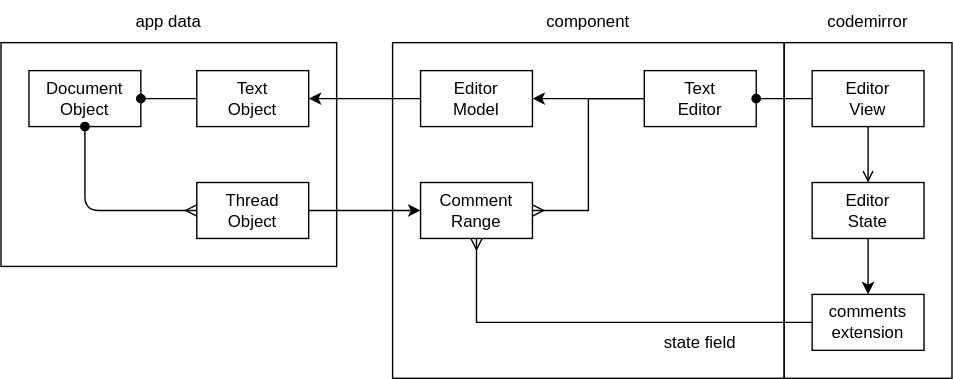
The draw.io diagram packages/ui/react-ui-editor/docs/comments.drawio.svg in dxos/dxos, before a commit. Source tidied: cells renumbered, new cells last; positions are measured from the earlier drawing's top-left corner, leaving out a move shared by most shapes. Its diagram source:
```xml
<mxGraphModel>
  <root>
    <mxCell id="0" />
    <mxCell id="1" parent="0" />
    <mxCell id="2" style="rounded=0;whiteSpace=wrap;html=1;fillColor=none;" parent="1" vertex="1">
      <mxGeometry x="280" y="30" width="280" height="240" as="geometry" />
    </mxCell>
    <mxCell id="3" style="rounded=0;whiteSpace=wrap;html=1;fillColor=none;" parent="1" vertex="1">
      <mxGeometry x="560" y="30" width="120" height="240" as="geometry" />
    </mxCell>
    <mxCell id="4" style="rounded=0;whiteSpace=wrap;html=1;fillColor=none;" parent="1" vertex="1">
      <mxGeometry y="30" width="240" height="160" as="geometry" />
    </mxCell>
    <mxCell id="5" style="edgeStyle=none;html=1;startArrow=none;startFill=0;endArrow=open;endFill=0;" parent="1" edge="1" source="6" target="17">
      <mxGeometry relative="1" as="geometry" />
    </mxCell>
    <mxCell id="6" value="Editor&lt;br&gt;View" style="rounded=0;whiteSpace=wrap;html=1;" parent="1" vertex="1">
      <mxGeometry x="580" y="50" width="80" height="40" as="geometry" />
    </mxCell>
    <mxCell id="7" style="edgeStyle=none;rounded=0;html=1;exitX=0;exitY=0.5;exitDx=0;exitDy=0;entryX=0.5;entryY=1;entryDx=0;entryDy=0;endArrow=ERmany;endFill=0;" parent="1" edge="1" source="8" target="21">
      <mxGeometry relative="1" as="geometry">
        <Array as="points">
          <mxPoint x="340" y="230" />
        </Array>
      </mxGeometry>
    </mxCell>
    <mxCell id="8" value="comments&lt;br&gt;extension" style="rounded=0;whiteSpace=wrap;html=1;" parent="1" vertex="1">
      <mxGeometry x="580" y="210" width="80" height="40" as="geometry" />
    </mxCell>
    <mxCell id="9" style="edgeStyle=none;html=1;exitX=0;exitY=0.5;exitDx=0;exitDy=0;" parent="1" edge="1" source="11" target="23">
      <mxGeometry relative="1" as="geometry" />
    </mxCell>
    <mxCell id="10" style="edgeStyle=none;html=1;exitX=0;exitY=0.5;exitDx=0;exitDy=0;endArrow=ERmany;endFill=0;rounded=0;" parent="1" edge="1" source="11" target="21">
      <mxGeometry relative="1" as="geometry">
        <Array as="points">
          <mxPoint x="420" y="70" />
          <mxPoint x="420" y="150" />
        </Array>
      </mxGeometry>
    </mxCell>
    <mxCell id="11" value="Text&lt;br&gt;Editor" style="rounded=0;whiteSpace=wrap;html=1;" parent="1" vertex="1">
      <mxGeometry x="460" y="50" width="80" height="40" as="geometry" />
    </mxCell>
    <mxCell id="12" value="Text&lt;br&gt;Object" style="rounded=0;whiteSpace=wrap;html=1;" parent="1" vertex="1">
      <mxGeometry x="140" y="50" width="80" height="40" as="geometry" />
    </mxCell>
    <mxCell id="13" value="Document&lt;br&gt;Object" style="rounded=0;whiteSpace=wrap;html=1;" parent="1" vertex="1">
      <mxGeometry x="20" y="50" width="80" height="40" as="geometry" />
    </mxCell>
    <mxCell id="14" style="edgeStyle=none;html=1;endArrow=none;endFill=0;startArrow=oval;startFill=1;" parent="1" edge="1" source="13" target="12">
      <mxGeometry relative="1" as="geometry" />
    </mxCell>
    <mxCell id="15" style="edgeStyle=none;html=1;endArrow=none;endFill=0;startArrow=oval;startFill=1;" parent="1" edge="1" source="11" target="6">
      <mxGeometry relative="1" as="geometry" />
    </mxCell>
    <mxCell id="16" style="edgeStyle=none;html=1;" parent="1" edge="1" source="17" target="8">
      <mxGeometry relative="1" as="geometry" />
    </mxCell>
    <mxCell id="17" value="Editor&lt;br&gt;State" style="rounded=0;whiteSpace=wrap;html=1;" parent="1" vertex="1">
      <mxGeometry x="580" y="130" width="80" height="40" as="geometry" />
    </mxCell>
    <mxCell id="18" style="edgeStyle=none;html=1;exitX=1;exitY=0.5;exitDx=0;exitDy=0;entryX=0;entryY=0.5;entryDx=0;entryDy=0;" parent="1" edge="1" source="19" target="21">
      <mxGeometry relative="1" as="geometry" />
    </mxCell>
    <mxCell id="19" value="Thread&lt;br&gt;Object" style="rounded=0;whiteSpace=wrap;html=1;" parent="1" vertex="1">
      <mxGeometry x="140" y="130" width="80" height="40" as="geometry" />
    </mxCell>
    <mxCell id="20" style="edgeStyle=none;html=1;endArrow=ERmany;endFill=0;startArrow=oval;startFill=1;" parent="1" edge="1" source="13" target="19">
      <mxGeometry relative="1" as="geometry">
        <Array as="points">
          <mxPoint x="60" y="150" />
        </Array>
      </mxGeometry>
    </mxCell>
    <mxCell id="21" value="Comment&lt;br&gt;Range" style="rounded=0;whiteSpace=wrap;html=1;" parent="1" vertex="1">
      <mxGeometry x="300" y="130" width="80" height="40" as="geometry" />
    </mxCell>
    <mxCell id="22" style="edgeStyle=none;html=1;exitX=0;exitY=0.5;exitDx=0;exitDy=0;" parent="1" edge="1" source="23" target="12">
      <mxGeometry relative="1" as="geometry" />
    </mxCell>
    <mxCell id="23" value="Editor&lt;br&gt;Model" style="rounded=0;whiteSpace=wrap;html=1;" parent="1" vertex="1">
      <mxGeometry x="300" y="50" width="80" height="40" as="geometry" />
    </mxCell>
    <mxCell id="24" value="codemirror" style="text;html=1;strokeColor=none;fillColor=none;align=center;verticalAlign=middle;whiteSpace=wrap;rounded=0;" parent="1" vertex="1">
      <mxGeometry x="590" width="60" height="30" as="geometry" />
    </mxCell>
    <mxCell id="25" value="app data" style="text;html=1;strokeColor=none;fillColor=none;align=center;verticalAlign=middle;whiteSpace=wrap;rounded=0;" parent="1" vertex="1">
      <mxGeometry x="70" width="100" height="30" as="geometry" />
    </mxCell>
    <mxCell id="26" value="state field" style="text;html=1;strokeColor=none;fillColor=none;align=center;verticalAlign=middle;whiteSpace=wrap;rounded=0;" parent="1" vertex="1">
      <mxGeometry x="470" y="230" width="60" height="30" as="geometry" />
    </mxCell>
    <mxCell id="27" value="component" style="text;html=1;strokeColor=none;fillColor=none;align=center;verticalAlign=middle;whiteSpace=wrap;rounded=0;" parent="1" vertex="1">
      <mxGeometry x="390" width="60" height="30" as="geometry" />
    </mxCell>
  </root>
</mxGraphModel>
```
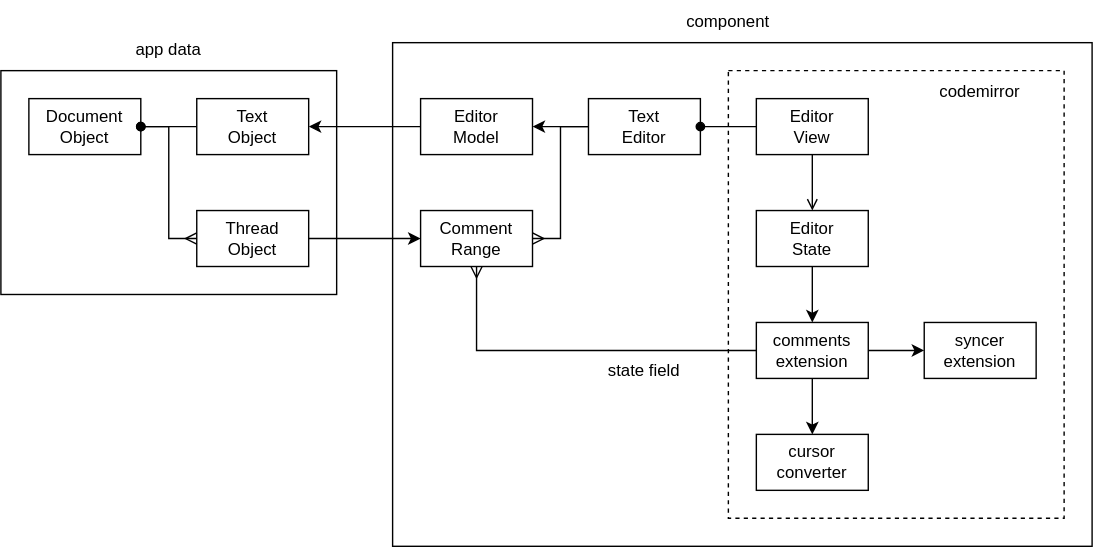
After the commit.

Diff of the diagram source:
```diff
@@ -3,10 +3,10 @@
     <mxCell id="0" />
     <mxCell id="1" parent="0" />
     <mxCell id="2" style="rounded=0;whiteSpace=wrap;html=1;fillColor=none;" parent="1" vertex="1">
-      <mxGeometry x="280" y="30" width="280" height="240" as="geometry" />
+      <mxGeometry x="280" y="10" width="500" height="360" as="geometry" />
     </mxCell>
-    <mxCell id="3" style="rounded=0;whiteSpace=wrap;html=1;fillColor=none;" parent="1" vertex="1">
-      <mxGeometry x="560" y="30" width="120" height="240" as="geometry" />
+    <mxCell id="3" style="rounded=0;whiteSpace=wrap;html=1;fillColor=none;dashed=1;" parent="1" vertex="1">
+      <mxGeometry x="520" y="30" width="240" height="320" as="geometry" />
     </mxCell>
     <mxCell id="4" style="rounded=0;whiteSpace=wrap;html=1;fillColor=none;" parent="1" vertex="1">
       <mxGeometry y="30" width="240" height="160" as="geometry" />
@@ -15,7 +15,7 @@
       <mxGeometry relative="1" as="geometry" />
     </mxCell>
     <mxCell id="6" value="Editor&lt;br&gt;View" style="rounded=0;whiteSpace=wrap;html=1;" parent="1" vertex="1">
-      <mxGeometry x="580" y="50" width="80" height="40" as="geometry" />
+      <mxGeometry x="540" y="50" width="80" height="40" as="geometry" />
     </mxCell>
     <mxCell id="7" style="edgeStyle=none;rounded=0;html=1;exitX=0;exitY=0.5;exitDx=0;exitDy=0;entryX=0.5;entryY=1;entryDx=0;entryDy=0;endArrow=ERmany;endFill=0;" parent="1" edge="1" source="8" target="21">
       <mxGeometry relative="1" as="geometry">
@@ -24,8 +24,14 @@
         </Array>
       </mxGeometry>
     </mxCell>
+    <mxCell id="28" style="edgeStyle=none;html=1;exitX=0.5;exitY=1;exitDx=0;exitDy=0;entryX=0.5;entryY=0;entryDx=0;entryDy=0;" parent="1" edge="1" source="8" target="30">
+      <mxGeometry relative="1" as="geometry" />
+    </mxCell>
+    <mxCell id="29" style="edgeStyle=none;html=1;" parent="1" edge="1" source="8" target="31">
+      <mxGeometry relative="1" as="geometry" />
+    </mxCell>
     <mxCell id="8" value="comments&lt;br&gt;extension" style="rounded=0;whiteSpace=wrap;html=1;" parent="1" vertex="1">
-      <mxGeometry x="580" y="210" width="80" height="40" as="geometry" />
+      <mxGeometry x="540" y="210" width="80" height="40" as="geometry" />
     </mxCell>
     <mxCell id="9" style="edgeStyle=none;html=1;exitX=0;exitY=0.5;exitDx=0;exitDy=0;" parent="1" edge="1" source="11" target="23">
       <mxGeometry relative="1" as="geometry" />
@@ -33,13 +39,13 @@
     <mxCell id="10" style="edgeStyle=none;html=1;exitX=0;exitY=0.5;exitDx=0;exitDy=0;endArrow=ERmany;endFill=0;rounded=0;" parent="1" edge="1" source="11" target="21">
       <mxGeometry relative="1" as="geometry">
         <Array as="points">
-          <mxPoint x="420" y="70" />
-          <mxPoint x="420" y="150" />
+          <mxPoint x="400" y="70" />
+          <mxPoint x="400" y="150" />
         </Array>
       </mxGeometry>
     </mxCell>
     <mxCell id="11" value="Text&lt;br&gt;Editor" style="rounded=0;whiteSpace=wrap;html=1;" parent="1" vertex="1">
-      <mxGeometry x="460" y="50" width="80" height="40" as="geometry" />
+      <mxGeometry x="420" y="50" width="80" height="40" as="geometry" />
     </mxCell>
     <mxCell id="12" value="Text&lt;br&gt;Object" style="rounded=0;whiteSpace=wrap;html=1;" parent="1" vertex="1">
       <mxGeometry x="140" y="50" width="80" height="40" as="geometry" />
@@ -57,7 +63,7 @@
       <mxGeometry relative="1" as="geometry" />
     </mxCell>
     <mxCell id="17" value="Editor&lt;br&gt;State" style="rounded=0;whiteSpace=wrap;html=1;" parent="1" vertex="1">
-      <mxGeometry x="580" y="130" width="80" height="40" as="geometry" />
+      <mxGeometry x="540" y="130" width="80" height="40" as="geometry" />
     </mxCell>
     <mxCell id="18" style="edgeStyle=none;html=1;exitX=1;exitY=0.5;exitDx=0;exitDy=0;entryX=0;entryY=0.5;entryDx=0;entryDy=0;" parent="1" edge="1" source="19" target="21">
       <mxGeometry relative="1" as="geometry" />
@@ -65,10 +71,11 @@
     <mxCell id="19" value="Thread&lt;br&gt;Object" style="rounded=0;whiteSpace=wrap;html=1;" parent="1" vertex="1">
       <mxGeometry x="140" y="130" width="80" height="40" as="geometry" />
     </mxCell>
-    <mxCell id="20" style="edgeStyle=none;html=1;endArrow=ERmany;endFill=0;startArrow=oval;startFill=1;" parent="1" edge="1" source="13" target="19">
+    <mxCell id="20" style="edgeStyle=none;html=1;endArrow=ERmany;endFill=0;startArrow=oval;startFill=1;rounded=0;" parent="1" edge="1" source="13" target="19">
       <mxGeometry relative="1" as="geometry">
         <Array as="points">
-          <mxPoint x="60" y="150" />
+          <mxPoint x="120" y="70" />
+          <mxPoint x="120" y="150" />
         </Array>
       </mxGeometry>
     </mxCell>
@@ -82,16 +89,22 @@
       <mxGeometry x="300" y="50" width="80" height="40" as="geometry" />
     </mxCell>
     <mxCell id="24" value="codemirror" style="text;html=1;strokeColor=none;fillColor=none;align=center;verticalAlign=middle;whiteSpace=wrap;rounded=0;" parent="1" vertex="1">
-      <mxGeometry x="590" width="60" height="30" as="geometry" />
+      <mxGeometry x="660" y="30" width="80" height="30" as="geometry" />
     </mxCell>
     <mxCell id="25" value="app data" style="text;html=1;strokeColor=none;fillColor=none;align=center;verticalAlign=middle;whiteSpace=wrap;rounded=0;" parent="1" vertex="1">
       <mxGeometry x="70" width="100" height="30" as="geometry" />
     </mxCell>
     <mxCell id="26" value="state field" style="text;html=1;strokeColor=none;fillColor=none;align=center;verticalAlign=middle;whiteSpace=wrap;rounded=0;" parent="1" vertex="1">
-      <mxGeometry x="470" y="230" width="60" height="30" as="geometry" />
+      <mxGeometry x="430" y="230" width="60" height="30" as="geometry" />
     </mxCell>
     <mxCell id="27" value="component" style="text;html=1;strokeColor=none;fillColor=none;align=center;verticalAlign=middle;whiteSpace=wrap;rounded=0;" parent="1" vertex="1">
-      <mxGeometry x="390" width="60" height="30" as="geometry" />
+      <mxGeometry x="480" y="-20" width="80" height="30" as="geometry" />
     </mxCell>
+    <mxCell id="30" value="cursor&lt;br&gt;converter" style="rounded=0;whiteSpace=wrap;html=1;" parent="1" vertex="1">
+      <mxGeometry x="540" y="290" width="80" height="40" as="geometry" />
+    </mxCell>
+    <mxCell id="31" value="syncer&lt;br&gt;extension" style="rounded=0;whiteSpace=wrap;html=1;" parent="1" vertex="1">
+      <mxGeometry x="660" y="210" width="80" height="40" as="geometry" />
+    </mxCell>
   </root>
 </mxGraphModel>
```
